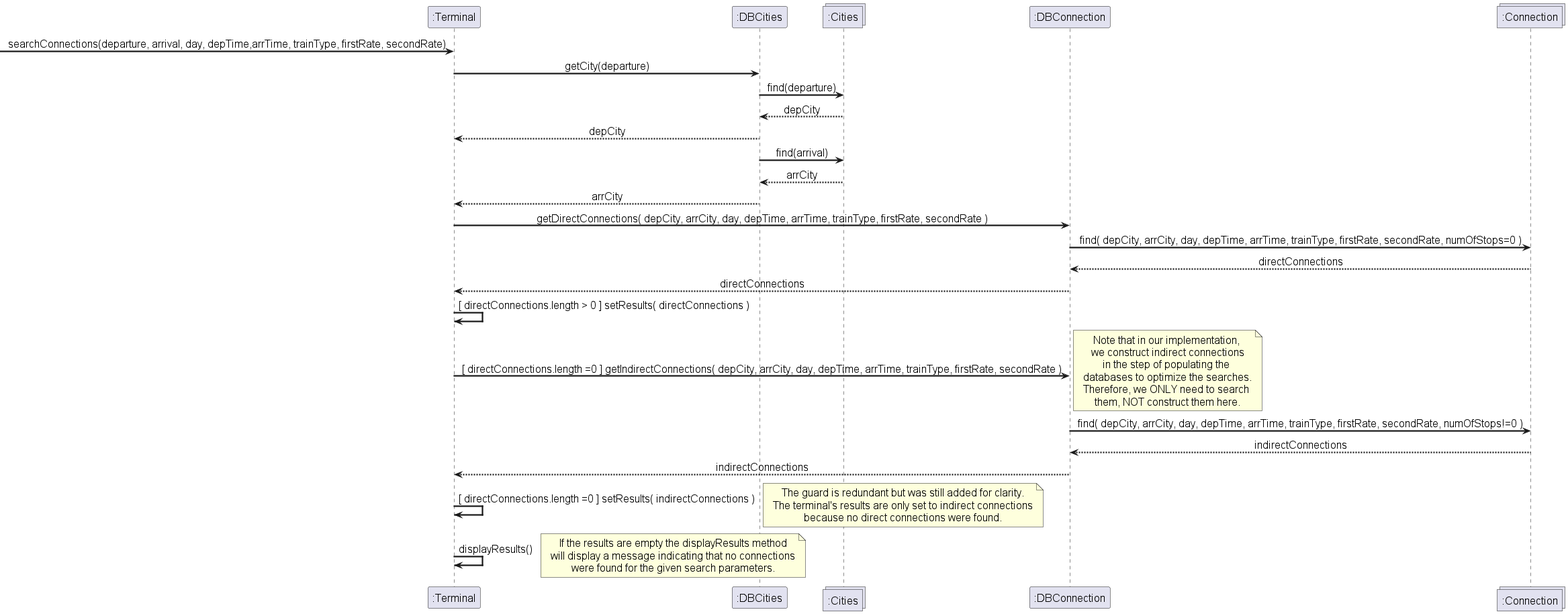
Earlier version of the PlantUML export out/docs/Interaction design/searchConn Interaction Sequence Diagram.png (Cimpo1/SOEN342_2025). Its diagram source:
```plantuml
@startuml searchConn Interaction Sequence Diagram
skinparam DefaultFontName Arial
skinparam DefaultFontSize 16
skinparam DefaultFontStyle bold
skinparam ArrowThickness 2.2
skinparam sequenceMessageAlign center
skinparam noteTextAlignment center
hide empty members

participant ":Terminal" as terminal
participant ":DBCities" as dbci
collections ":Cities" as cMulti
participant ":DBConnection" as dbco
collections ":Connection" as connMulti

->terminal:searchConnections(departure, arrival, day, depTime,arrTime, trainType, firstRate, secondRate)
terminal->dbci :getCity(departure)

dbci->cMulti: find(departure)
cMulti --> dbci:depCity
dbci --> terminal:depCity

dbci->cMulti: find(arrival)
cMulti --> dbci:arrCity
dbci --> terminal:arrCity

terminal->dbco:getDirectConnections( depCity, arrCity, day, depTime, arrTime, trainType, firstRate, secondRate )
dbco->connMulti: find( depCity, arrCity, day, depTime, arrTime, trainType, firstRate, secondRate, numOfStops=0 )
connMulti --> dbco:directConnections
dbco --> terminal:directConnections

terminal -> terminal: [ directConnections.length > 0 ] setResults( directConnections )

terminal->dbco:[ directConnections.length =0 ] getIndirectConnections( depCity, arrCity, day, depTime, arrTime, trainType, firstRate, secondRate )
note right
    Note that in our implementation,
    we construct indirect connections
    in the step of populating the
    databases to optimize the searches.
    Therefore, we ONLY need to search
    them, NOT construct them here.
endnote
dbco->connMulti: find( depCity, arrCity, day, depTime, arrTime, trainType, firstRate, secondRate, numOfStops!=0 )
connMulti --> dbco:indirectConnections
dbco --> terminal:indirectConnections

terminal -> terminal: [ directConnections.length =0 ] setResults( indirectConnections )

note right
    The guard is redundant but was still added for clarity.
    The terminal's results are only set to indirect connections
    because no direct connections were found.
endnote

terminal ->terminal: displayResults()

note right
    If the results are empty the displayResults method
    will display a message indicating that no connections
    were found for the given search parameters.
endnote


@enduml
```
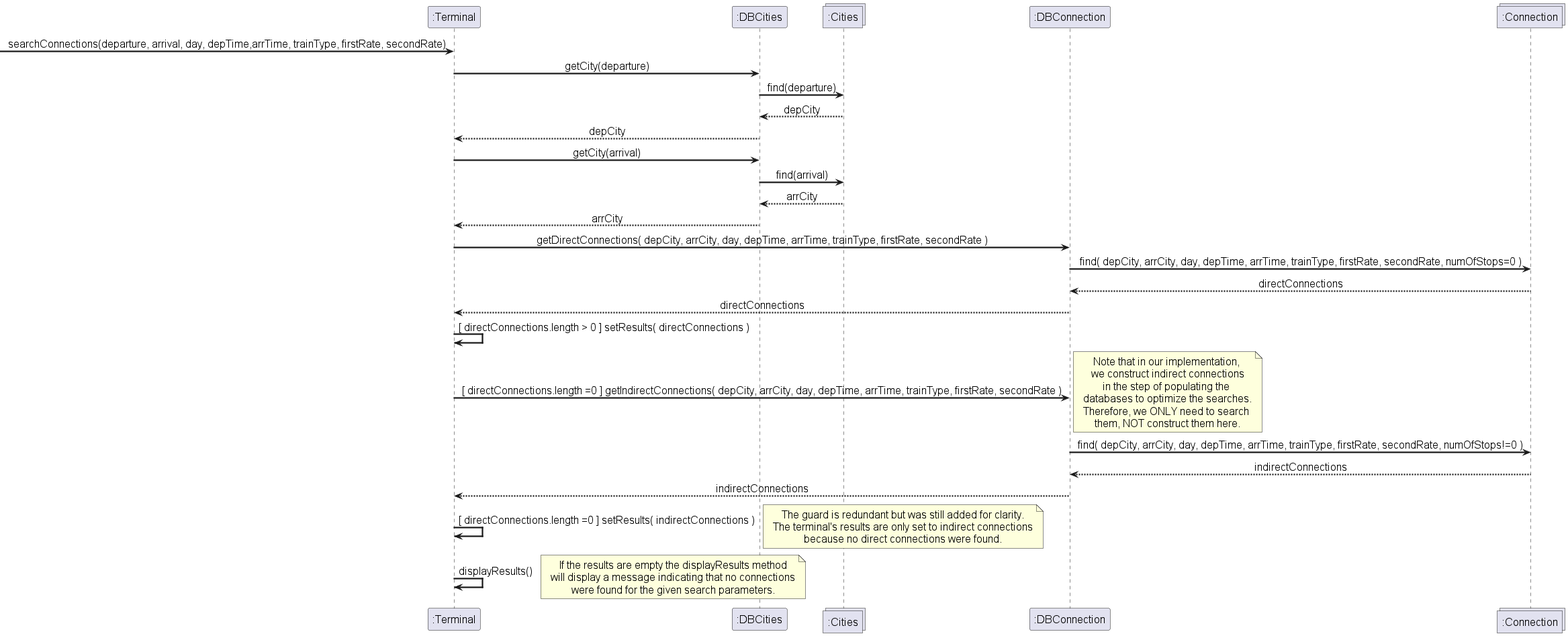
After the change.

The edit, as a diff of the source:
```diff
@@ -19,6 +19,9 @@
 dbci->cMulti: find(departure)
 cMulti --> dbci:depCity
 dbci --> terminal:depCity
+
+
+terminal->dbci :getCity(arrival)
 
 dbci->cMulti: find(arrival)
 cMulti --> dbci:arrCity
```
